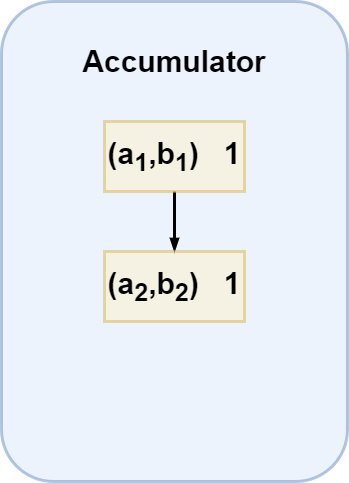
The draw.io diagram Untitled Diagram.drawio.png in AAAAAAAyq/Personal-Studying, before a commit. Source tidied: cells renumbered, new cells last; positions are measured from the earlier drawing's top-left corner, leaving out a move shared by most shapes. Its diagram source:
```xml
<mxGraphModel>
  <root>
    <mxCell id="0" />
    <mxCell id="1" parent="0" />
    <mxCell id="2" style="rounded=1;whiteSpace=wrap;html=1;fillColor=#dae8fc;strokeColor=#6c8ebf;strokeWidth=3;opacity=50;" parent="1" vertex="1">
      <mxGeometry width="346" height="480" as="geometry" />
    </mxCell>
    <mxCell id="3" value="&lt;b&gt;&lt;font style=&quot;font-size: 30px&quot;&gt;Accumulator&lt;/font&gt;&lt;/b&gt;" style="text;html=1;strokeColor=none;fillColor=none;align=center;verticalAlign=middle;whiteSpace=wrap;rounded=0;opacity=50;" parent="1" vertex="1">
      <mxGeometry x="68" y="30" width="210" height="60" as="geometry" />
    </mxCell>
    <mxCell id="4" style="edgeStyle=orthogonalEdgeStyle;rounded=0;jettySize=auto;html=1;fontSize=30;strokeWidth=3;endArrow=blockThin;endFill=1;" parent="1" edge="1" source="5" target="6">
      <mxGeometry relative="1" as="geometry" />
    </mxCell>
    <mxCell id="5" value="(a&lt;sub&gt;1&lt;/sub&gt;,b&lt;sub&gt;1&lt;/sub&gt;)&amp;nbsp; &amp;nbsp;1" style="rounded=0;whiteSpace=wrap;html=1;fontSize=30;strokeWidth=3;opacity=50;fillColor=#fff2cc;strokeColor=#d6b656;fontStyle=1;" parent="1" vertex="1">
      <mxGeometry x="103" y="120" width="140" height="70" as="geometry" />
    </mxCell>
    <mxCell id="6" value="(a&lt;sub&gt;2&lt;/sub&gt;,b&lt;sub&gt;2&lt;/sub&gt;)&amp;nbsp; &amp;nbsp;1" style="rounded=0;whiteSpace=wrap;html=1;fontSize=30;strokeWidth=3;opacity=50;fillColor=#fff2cc;strokeColor=#d6b656;fontStyle=1;" parent="1" vertex="1">
      <mxGeometry x="103" y="250" width="140" height="70" as="geometry" />
    </mxCell>
  </root>
</mxGraphModel>
```
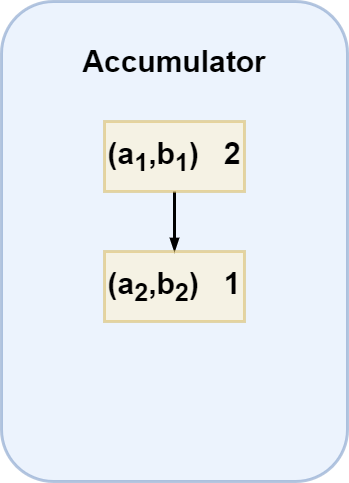
The same file after the commit.

The edit, as a diff of the source:
```diff
@@ -11,7 +11,7 @@
     <mxCell id="4" style="edgeStyle=orthogonalEdgeStyle;rounded=0;jettySize=auto;html=1;fontSize=30;strokeWidth=3;endArrow=blockThin;endFill=1;" parent="1" edge="1" source="5" target="6">
       <mxGeometry relative="1" as="geometry" />
     </mxCell>
-    <mxCell id="5" value="(a&lt;sub&gt;1&lt;/sub&gt;,b&lt;sub&gt;1&lt;/sub&gt;)&amp;nbsp; &amp;nbsp;1" style="rounded=0;whiteSpace=wrap;html=1;fontSize=30;strokeWidth=3;opacity=50;fillColor=#fff2cc;strokeColor=#d6b656;fontStyle=1;" parent="1" vertex="1">
+    <mxCell id="5" value="(a&lt;sub&gt;1&lt;/sub&gt;,b&lt;sub&gt;1&lt;/sub&gt;)&amp;nbsp; &amp;nbsp;2" style="rounded=0;whiteSpace=wrap;html=1;fontSize=30;strokeWidth=3;opacity=50;fillColor=#fff2cc;strokeColor=#d6b656;fontStyle=1;" parent="1" vertex="1">
       <mxGeometry x="103" y="120" width="140" height="70" as="geometry" />
     </mxCell>
     <mxCell id="6" value="(a&lt;sub&gt;2&lt;/sub&gt;,b&lt;sub&gt;2&lt;/sub&gt;)&amp;nbsp; &amp;nbsp;1" style="rounded=0;whiteSpace=wrap;html=1;fontSize=30;strokeWidth=3;opacity=50;fillColor=#fff2cc;strokeColor=#d6b656;fontStyle=1;" parent="1" vertex="1">
```
